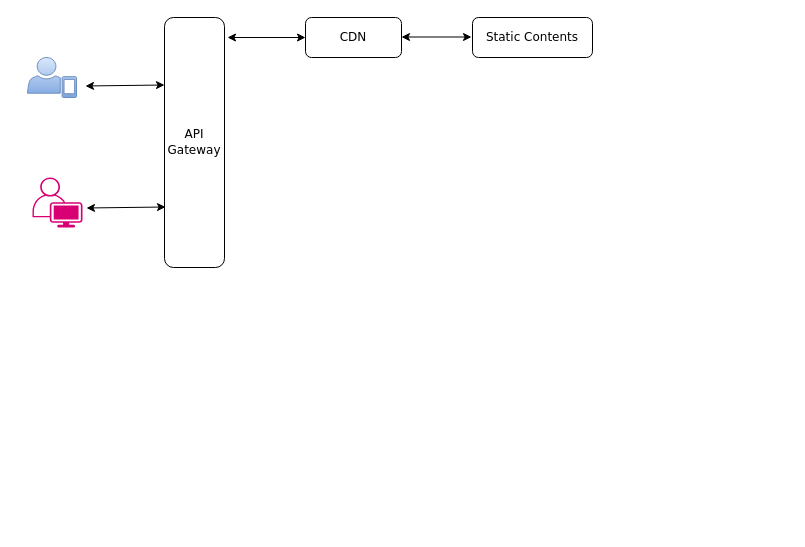
Earlier version of the draw.io diagram FlightSearch.drawio (PramodNegi/problem-solving-techniques). Source tidied: cells renumbered, new cells numbered last; positions are measured from the earlier drawing's top-left corner, leaving out a move shared by most shapes. Both pictures are drawn from the tidied source at 100%, with x=0, y=0 at pixel (27, 17).
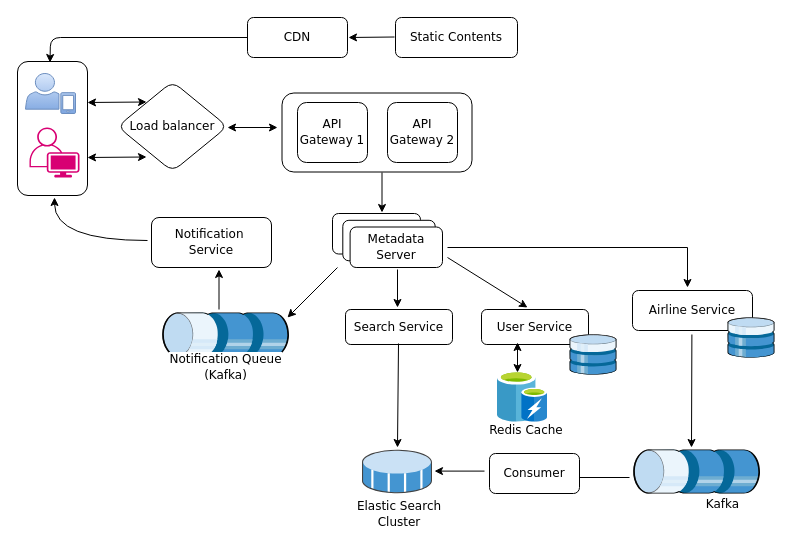
Above is the later version.

Change to the diagram source:
```diff
@@
+    <mxCell id="11" style="rounded=1;whiteSpace=wrap;html=1;hachureGap=4;strokeColor=default;align=center;verticalAlign=middle;fontFamily=Architects Daughter;fontSize=12;fontColor=default;labelBackgroundColor=default;fillColor=default;" parent="1" vertex="1">
+      <mxGeometry x="-10" y="44" width="70" height="134" as="geometry" />
+    </mxCell>
     <mxCell id="2" style="verticalLabelPosition=bottom;sketch=0;html=1;verticalAlign=top;align=center;shape=mxgraph.cisco19.user;fillColor=#d80073;strokeColor=#A50040;hachureGap=4;jiggle=2;curveFitting=1;fontFamily=Architects Daughter;fontColor=#ffffff;" parent="1" vertex="1">
-      <mxGeometry x="5" y="160" width="50" height="50" as="geometry" />
+      <mxGeometry x="2" y="110" width="50" height="50" as="geometry" />
     </mxCell>
     <mxCell id="3" style="sketch=0;shadow=0;dashed=0;html=1;strokeColor=#6c8ebf;fillColor=#dae8fc;labelPosition=center;verticalLabelPosition=bottom;verticalAlign=top;align=center;shape=mxgraph.office.users.mobile_user;hachureGap=4;jiggle=2;curveFitting=1;fontFamily=Architects Daughter;fillStyle=solid;gradientColor=#7ea6e0;" parent="1" vertex="1">
-      <mxGeometry y="40" width="49" height="40" as="geometry" />
+      <mxGeometry x="-2" y="56" width="50" height="40" as="geometry" />
     </mxCell>
-    <mxCell id="4" value="&lt;font face=&quot;Verdana&quot;&gt;API Gateway&lt;/font&gt;" style="rounded=1;whiteSpace=wrap;html=1;hachureGap=4;fontFamily=Architects Daughter;" parent="1" vertex="1">
-      <mxGeometry x="137" width="60" height="250" as="geometry" />
-    </mxCell>
     <mxCell id="5" style="endArrow=classic;startArrow=classic;html=1;rounded=0;hachureGap=4;fontFamily=Architects Daughter;flowAnimation=1;entryX=-0.02;entryY=0.193;entryDx=0;entryDy=0;entryPerimeter=0;" parent="1" edge="1">
       <mxGeometry relative="1" as="geometry">
-        <mxPoint x="59" y="190.5" as="sourcePoint" />
-        <mxPoint x="138" y="189.5" as="targetPoint" />
+        <mxPoint x="60" y="140" as="sourcePoint" />
+        <mxPoint x="119" y="139.5" as="targetPoint" />
       </mxGeometry>
     </mxCell>
     <mxCell id="6" style="endArrow=classic;startArrow=classic;html=1;rounded=0;hachureGap=4;fontFamily=Architects Daughter;flowAnimation=1;entryX=-0.02;entryY=0.193;entryDx=0;entryDy=0;entryPerimeter=0;" parent="1" edge="1">
       <mxGeometry relative="1" as="geometry">
-        <mxPoint x="58" y="68.5" as="sourcePoint" />
-        <mxPoint x="137" y="67.5" as="targetPoint" />
+        <mxPoint x="60" y="85" as="sourcePoint" />
+        <mxPoint x="119" y="84.5" as="targetPoint" />
       </mxGeometry>
     </mxCell>
     <mxCell id="7" value="&lt;font face=&quot;Verdana&quot;&gt;CDN&lt;/font&gt;" style="rounded=1;whiteSpace=wrap;html=1;hachureGap=4;fontFamily=Architects Daughter;" parent="1" vertex="1">
-      <mxGeometry x="278" width="96" height="40" as="geometry" />
+      <mxGeometry x="220" width="100" height="40" as="geometry" />
     </mxCell>
-    <mxCell id="8" style="endArrow=classic;startArrow=classic;html=1;rounded=0;hachureGap=4;fontFamily=Architects Daughter;fontSize=12;fontColor=default;entryX=0;entryY=0.5;entryDx=0;entryDy=0;flowAnimation=1;" parent="1" edge="1" target="7">
-      <mxGeometry relative="1" as="geometry">
-        <mxPoint x="200" y="20" as="sourcePoint" />
-      </mxGeometry>
-    </mxCell>
     <mxCell id="9" value="&lt;font face=&quot;Verdana&quot;&gt;Static Contents&lt;/font&gt;" style="rounded=1;whiteSpace=wrap;html=1;hachureGap=4;strokeColor=default;align=center;verticalAlign=middle;fontFamily=Architects Daughter;fontSize=12;fontColor=default;labelBackgroundColor=default;fillColor=default;" parent="1" vertex="1">
-      <mxGeometry x="445" width="120" height="40" as="geometry" />
+      <mxGeometry x="368" width="122" height="40" as="geometry" />
     </mxCell>
-    <mxCell id="10" style="endArrow=classic;startArrow=classic;html=1;rounded=0;hachureGap=4;strokeColor=default;align=center;verticalAlign=middle;fontFamily=Architects Daughter;fontSize=12;fontColor=default;labelBackgroundColor=default;flowAnimation=1;" parent="1" edge="1">
+    <mxCell id="10" style="endArrow=none;startArrow=classic;html=1;rounded=0;hachureGap=4;strokeColor=default;align=center;verticalAlign=middle;fontFamily=Architects Daughter;fontSize=12;fontColor=default;labelBackgroundColor=default;flowAnimation=1;endFill=0;" parent="1" edge="1">
       <mxGeometry relative="1" as="geometry">
-        <mxPoint x="374" y="19.5" as="sourcePoint" />
-        <mxPoint x="444" y="19.5" as="targetPoint" />
+        <mxPoint x="321" y="20" as="sourcePoint" />
+        <mxPoint x="367" y="19.5" as="targetPoint" />
       </mxGeometry>
     </mxCell>
+    <mxCell id="12" style="endArrow=classic;startArrow=classic;html=1;rounded=0;hachureGap=4;strokeColor=default;align=center;verticalAlign=middle;fontFamily=Architects Daughter;fontSize=12;fontColor=default;labelBackgroundColor=default;flowAnimation=1;" parent="1" edge="1">
+      <mxGeometry relative="1" as="geometry">
+        <mxPoint x="200" y="110" as="sourcePoint" />
+        <mxPoint x="250" y="110" as="targetPoint" />
+      </mxGeometry>
+    </mxCell>
+    <mxCell id="13" value="&lt;font face=&quot;Verdana&quot;&gt;Load balancer&lt;/font&gt;" style="rhombus;whiteSpace=wrap;html=1;rounded=1;hachureGap=4;strokeColor=default;align=center;verticalAlign=middle;fontFamily=Architects Daughter;fontSize=12;fontColor=default;labelBackgroundColor=default;fillColor=default;" parent="1" vertex="1">
+      <mxGeometry x="90" y="64" width="110" height="90" as="geometry" />
+    </mxCell>
+    <mxCell id="4" style="rounded=1;whiteSpace=wrap;html=1;hachureGap=4;fontFamily=Architects Daughter;rotation=90;" parent="1" vertex="1">
+      <mxGeometry x="310" y="20" width="79" height="190" as="geometry" />
+    </mxCell>
+    <mxCell id="14" value="&lt;font face=&quot;Verdana&quot;&gt;API Gateway 1&lt;/font&gt;" style="rounded=1;whiteSpace=wrap;html=1;hachureGap=4;strokeColor=default;align=center;verticalAlign=middle;fontFamily=Architects Daughter;fontSize=12;fontColor=default;labelBackgroundColor=default;fillColor=default;" parent="1" vertex="1">
+      <mxGeometry x="270" y="85" width="70" height="60" as="geometry" />
+    </mxCell>
+    <mxCell id="15" value="&lt;font face=&quot;Verdana&quot;&gt;API Gateway 2&lt;/font&gt;" style="rounded=1;whiteSpace=wrap;html=1;hachureGap=4;strokeColor=default;align=center;verticalAlign=middle;fontFamily=Architects Daughter;fontSize=12;fontColor=default;labelBackgroundColor=default;fillColor=default;" parent="1" vertex="1">
+      <mxGeometry x="360" y="85" width="70" height="60" as="geometry" />
+    </mxCell>
+    <mxCell id="16" style="endArrow=classic;html=1;rounded=1;hachureGap=4;strokeColor=default;align=center;verticalAlign=middle;fontFamily=Architects Daughter;fontSize=12;fontColor=default;labelBackgroundColor=default;flowAnimation=1;curved=0;" parent="1" edge="1">
+      <mxGeometry relative="1" as="geometry">
+        <mxPoint x="220" y="20" as="sourcePoint" />
+        <mxPoint x="22.5" y="45" as="targetPoint" />
+        <Array as="points">
+          <mxPoint x="23" y="20" />
+        </Array>
+      </mxGeometry>
+    </mxCell>
+    <mxCell id="17" style="group;" parent="1" vertex="1">
+      <mxGeometry x="305" y="196" width="110" height="54" as="geometry" />
+    </mxCell>
+    <mxCell id="18" style="rounded=1;whiteSpace=wrap;html=1;hachureGap=4;strokeColor=default;align=center;verticalAlign=middle;fontFamily=Architects Daughter;fontSize=12;fontColor=default;labelBackgroundColor=default;fillColor=default;" parent="17" vertex="1">
+      <mxGeometry width="88" height="40.5" as="geometry" />
+    </mxCell>
+    <mxCell id="19" style="rounded=1;whiteSpace=wrap;html=1;hachureGap=4;strokeColor=default;align=center;verticalAlign=middle;fontFamily=Architects Daughter;fontSize=12;fontColor=default;labelBackgroundColor=default;fillColor=default;" parent="17" vertex="1">
+      <mxGeometry x="10.3" y="6.8" width="92.4" height="40.5" as="geometry" />
+    </mxCell>
+    <mxCell id="20" value="&lt;font face=&quot;Verdana&quot;&gt;Metadata Server&lt;/font&gt;" style="rounded=1;whiteSpace=wrap;html=1;hachureGap=4;strokeColor=default;align=center;verticalAlign=middle;fontFamily=Architects Daughter;fontSize=12;fontColor=default;labelBackgroundColor=default;fillColor=default;" parent="17" vertex="1">
+      <mxGeometry x="17.6" y="13.5" width="92.4" height="40.5" as="geometry" />
+    </mxCell>
+    <mxCell id="21" style="endArrow=classic;html=1;rounded=0;hachureGap=4;strokeColor=default;align=center;verticalAlign=middle;fontFamily=Architects Daughter;fontSize=12;fontColor=default;labelBackgroundColor=default;flowAnimation=1;" parent="1" edge="1">
+      <mxGeometry relative="1" as="geometry">
+        <mxPoint x="354.5" y="155" as="sourcePoint" />
+        <mxPoint x="354.5" y="195" as="targetPoint" />
+      </mxGeometry>
+    </mxCell>
+    <mxCell id="22" style="group;" parent="1" vertex="1">
+      <mxGeometry x="133" y="295" width="130" height="80" as="geometry" />
+    </mxCell>
+    <mxCell id="23" style="shadow=0;dashed=0;html=1;labelPosition=center;verticalLabelPosition=bottom;verticalAlign=top;align=center;shape=mxgraph.veeam.3d.medium_datastore;rounded=1;hachureGap=4;strokeColor=default;fontFamily=Architects Daughter;fontSize=12;labelBackgroundColor=default;fillColor=#0000CC;rotation=-90;" parent="22" vertex="1">
+      <mxGeometry x="43" y="-41.5" width="44" height="127" as="geometry" />
+    </mxCell>
+    <mxCell id="24" value="&lt;font face=&quot;Verdana&quot;&gt;Notification Queue&lt;br&gt;(Kafka)&lt;/font&gt;" style="text;html=1;align=center;verticalAlign=middle;strokeColor=none;fillColor=none;fontFamily=Architects Daughter;fontSize=12;fontColor=default;labelBackgroundColor=default;" parent="22" vertex="1">
+      <mxGeometry y="30" width="130" height="50" as="geometry" />
+    </mxCell>
+    <mxCell id="25" value="&lt;font face=&quot;Verdana&quot;&gt;Notification&amp;nbsp;&lt;/font&gt;&lt;div&gt;&lt;font face=&quot;Verdana&quot;&gt;Service&lt;/font&gt;&lt;/div&gt;" style="rounded=1;whiteSpace=wrap;html=1;hachureGap=4;strokeColor=default;align=center;verticalAlign=middle;fontFamily=Architects Daughter;fontSize=12;fontColor=default;labelBackgroundColor=default;fillColor=default;" parent="1" vertex="1">
+      <mxGeometry x="124" y="200" width="120" height="50" as="geometry" />
+    </mxCell>
+    <mxCell id="26" style="endArrow=classic;html=1;rounded=0;hachureGap=4;strokeColor=default;align=center;verticalAlign=middle;fontFamily=Architects Daughter;fontSize=12;fontColor=default;labelBackgroundColor=default;flowAnimation=1;" parent="1" edge="1">
+      <mxGeometry relative="1" as="geometry">
+        <mxPoint x="310" y="250" as="sourcePoint" />
+        <mxPoint x="260" y="300" as="targetPoint" />
+      </mxGeometry>
+    </mxCell>
+    <mxCell id="27" style="endArrow=classic;html=1;rounded=0;hachureGap=4;strokeColor=default;align=center;verticalAlign=middle;fontFamily=Architects Daughter;fontSize=12;fontColor=default;labelBackgroundColor=default;flowAnimation=1;" parent="1" edge="1">
+      <mxGeometry relative="1" as="geometry">
+        <mxPoint x="191.5" y="292" as="sourcePoint" />
+        <mxPoint x="191.5" y="252" as="targetPoint" />
+      </mxGeometry>
+    </mxCell>
+    <mxCell id="28" style="endArrow=classic;html=1;rounded=0;hachureGap=4;strokeColor=default;align=center;verticalAlign=middle;fontFamily=Architects Daughter;fontSize=12;fontColor=default;labelBackgroundColor=default;flowAnimation=1;curved=1;" parent="1" edge="1">
+      <mxGeometry relative="1" as="geometry">
+        <mxPoint x="120" y="223" as="sourcePoint" />
+        <mxPoint x="27" y="180" as="targetPoint" />
+        <Array as="points">
+          <mxPoint x="27" y="223" />
+        </Array>
+      </mxGeometry>
+    </mxCell>
+    <mxCell id="29" style="endArrow=classic;html=1;rounded=0;hachureGap=4;strokeColor=default;align=center;verticalAlign=middle;fontFamily=Architects Daughter;fontSize=12;fontColor=default;labelBackgroundColor=default;flowAnimation=1;" parent="1" edge="1">
+      <mxGeometry relative="1" as="geometry">
+        <mxPoint x="370" y="252" as="sourcePoint" />
+        <mxPoint x="370" y="290" as="targetPoint" />
+      </mxGeometry>
+    </mxCell>
+    <mxCell id="30" value="&lt;font face=&quot;Verdana&quot;&gt;Search Service&lt;/font&gt;" style="rounded=1;whiteSpace=wrap;html=1;hachureGap=4;strokeColor=default;align=center;verticalAlign=middle;fontFamily=Architects Daughter;fontSize=12;fontColor=default;labelBackgroundColor=default;fillColor=default;" parent="1" vertex="1">
+      <mxGeometry x="318" y="292" width="107" height="35" as="geometry" />
+    </mxCell>
+    <mxCell id="31" style="group;" parent="1" vertex="1">
+      <mxGeometry x="327" y="432" width="90" height="80" as="geometry" />
+    </mxCell>
+    <mxCell id="32" style="shadow=0;dashed=0;html=1;labelPosition=center;verticalLabelPosition=bottom;verticalAlign=top;align=center;shape=mxgraph.veeam.3d.datastore_volume;rounded=1;hachureGap=4;strokeColor=default;fontFamily=Architects Daughter;fontSize=12;fontColor=default;labelBackgroundColor=default;fillColor=default;" parent="31" vertex="1">
+      <mxGeometry x="7.5" width="70" height="44" as="geometry" />
+    </mxCell>
+    <mxCell id="33" value="&lt;font face=&quot;Verdana&quot;&gt;Elastic Search Cluster&lt;/font&gt;" style="text;html=1;align=center;verticalAlign=middle;whiteSpace=wrap;rounded=0;fontFamily=Architects Daughter;fontSize=12;fontColor=default;labelBackgroundColor=default;" parent="31" vertex="1">
+      <mxGeometry y="50" width="90" height="30" as="geometry" />
+    </mxCell>
+    <mxCell id="34" style="endArrow=classic;html=1;rounded=0;hachureGap=4;strokeColor=default;align=center;verticalAlign=middle;fontFamily=Architects Daughter;fontSize=12;fontColor=default;labelBackgroundColor=default;flowAnimation=1;" parent="1" edge="1">
+      <mxGeometry relative="1" as="geometry">
+        <mxPoint x="371" y="326" as="sourcePoint" />
+        <mxPoint x="370" y="430" as="targetPoint" />
+      </mxGeometry>
+    </mxCell>
+    <mxCell id="35" style="group;" parent="1" vertex="1">
+      <mxGeometry x="630" y="356" width="130" height="70" as="geometry" />
+    </mxCell>
+    <mxCell id="36" style="shadow=0;dashed=0;html=1;labelPosition=center;verticalLabelPosition=bottom;verticalAlign=top;align=center;shape=mxgraph.veeam.3d.medium_datastore;rounded=1;hachureGap=4;strokeColor=default;fontFamily=Architects Daughter;fontSize=12;labelBackgroundColor=default;fillColor=#0000CC;rotation=-90;" parent="35" vertex="1">
+      <mxGeometry x="17" y="34.5" width="44" height="127" as="geometry" />
+    </mxCell>
+    <mxCell id="37" value="&lt;font face=&quot;Verdana&quot;&gt;Kafka&lt;/font&gt;" style="text;html=1;align=center;verticalAlign=middle;strokeColor=none;fillColor=none;fontFamily=Architects Daughter;fontSize=12;fontColor=default;labelBackgroundColor=default;" parent="35" vertex="1">
+      <mxGeometry x="35" y="116" width="60" height="30" as="geometry" />
+    </mxCell>
+    <mxCell id="38" value="&lt;font face=&quot;Verdana&quot;&gt;Consumer&lt;/font&gt;" style="rounded=1;whiteSpace=wrap;html=1;hachureGap=4;strokeColor=default;align=center;verticalAlign=middle;fontFamily=Architects Daughter;fontSize=12;fontColor=default;labelBackgroundColor=default;fillColor=default;" parent="1" vertex="1">
+      <mxGeometry x="462" y="436" width="90" height="40" as="geometry" />
+    </mxCell>
+    <mxCell id="39" style="endArrow=classic;html=1;rounded=0;hachureGap=4;strokeColor=default;align=center;verticalAlign=middle;fontFamily=Architects Daughter;fontSize=12;fontColor=default;labelBackgroundColor=default;flowAnimation=1;" parent="1" edge="1">
+      <mxGeometry relative="1" as="geometry">
+        <mxPoint x="457" y="453.6" as="sourcePoint" />
+        <mxPoint x="407" y="453.6" as="targetPoint" />
+      </mxGeometry>
+    </mxCell>
+    <mxCell id="40" style="endArrow=none;html=1;rounded=0;hachureGap=4;strokeColor=default;align=center;verticalAlign=middle;fontFamily=Architects Daughter;fontSize=12;fontColor=default;labelBackgroundColor=default;flowAnimation=1;" parent="1" edge="1">
+      <mxGeometry relative="1" as="geometry">
+        <mxPoint x="552" y="460" as="sourcePoint" />
+        <mxPoint x="602" y="460" as="targetPoint" />
+      </mxGeometry>
+    </mxCell>
+    <mxCell id="41" value="&lt;font face=&quot;Verdana&quot;&gt;Airline Service&lt;/font&gt;" style="rounded=1;whiteSpace=wrap;html=1;hachureGap=4;strokeColor=default;align=center;verticalAlign=middle;fontFamily=Architects Daughter;fontSize=12;fontColor=default;labelBackgroundColor=default;fillColor=default;" parent="1" vertex="1">
+      <mxGeometry x="605" y="273" width="120" height="40" as="geometry" />
+    </mxCell>
+    <mxCell id="42" style="endArrow=classic;html=1;rounded=0;hachureGap=4;strokeColor=default;align=center;verticalAlign=middle;fontFamily=Architects Daughter;fontSize=12;fontColor=default;labelBackgroundColor=default;flowAnimation=1;" parent="1" edge="1">
+      <mxGeometry relative="1" as="geometry">
+        <mxPoint x="664.4" y="317" as="sourcePoint" />
+        <mxPoint x="664" y="430" as="targetPoint" />
+      </mxGeometry>
+    </mxCell>
+    <mxCell id="43" value="&lt;font face=&quot;Verdana&quot;&gt;User Service&lt;/font&gt;" style="rounded=1;whiteSpace=wrap;html=1;hachureGap=4;strokeColor=default;align=center;verticalAlign=middle;fontFamily=Architects Daughter;fontSize=12;fontColor=default;labelBackgroundColor=default;fillColor=default;" parent="1" vertex="1">
+      <mxGeometry x="454" y="292" width="107" height="35" as="geometry" />
+    </mxCell>
+    <mxCell id="44" style="endArrow=classic;html=1;rounded=0;hachureGap=4;strokeColor=default;align=center;verticalAlign=middle;fontFamily=Architects Daughter;fontSize=12;fontColor=default;labelBackgroundColor=default;flowAnimation=1;" parent="1" edge="1">
+      <mxGeometry relative="1" as="geometry">
+        <mxPoint x="420" y="240" as="sourcePoint" />
+        <mxPoint x="500" y="290" as="targetPoint" />
+      </mxGeometry>
+    </mxCell>
+    <mxCell id="45" style="shadow=0;dashed=0;html=1;labelPosition=center;verticalLabelPosition=bottom;verticalAlign=top;align=center;shape=mxgraph.veeam.3d.medium_datastore;rounded=1;hachureGap=4;strokeColor=default;fontFamily=Architects Daughter;fontSize=12;fontColor=default;labelBackgroundColor=default;fillColor=default;" parent="1" vertex="1">
+      <mxGeometry x="542" y="317" width="47" height="40" as="geometry" />
+    </mxCell>
+    <mxCell id="46" style="shadow=0;dashed=0;html=1;labelPosition=center;verticalLabelPosition=bottom;verticalAlign=top;align=center;shape=mxgraph.veeam.3d.medium_datastore;rounded=1;hachureGap=4;strokeColor=default;fontFamily=Architects Daughter;fontSize=12;fontColor=default;labelBackgroundColor=default;fillColor=default;" parent="1" vertex="1">
+      <mxGeometry x="700" y="300" width="47" height="40" as="geometry" />
+    </mxCell>
+    <mxCell id="47" style="endArrow=classic;html=1;rounded=0;hachureGap=4;strokeColor=default;align=center;verticalAlign=middle;fontFamily=Architects Daughter;fontSize=12;fontColor=default;labelBackgroundColor=default;flowAnimation=1;" parent="1" edge="1">
+      <mxGeometry relative="1" as="geometry">
+        <mxPoint x="420" y="230" as="sourcePoint" />
+        <mxPoint x="660" y="270" as="targetPoint" />
+        <Array as="points">
+          <mxPoint x="660" y="230" />
+        </Array>
+      </mxGeometry>
+    </mxCell>
+    <mxCell id="48" style="group;" parent="1" vertex="1">
+      <mxGeometry x="454" y="355" width="90" height="68" as="geometry" />
+    </mxCell>
+    <mxCell id="49" style="image;sketch=0;html=1;align=center;fontSize=12;image=img/lib/mscae/Cache_including_Redis.svg;rounded=1;hachureGap=4;strokeColor=default;verticalAlign=middle;fontFamily=Architects Daughter;fontColor=default;labelBackgroundColor=default;fillColor=default;" parent="48" vertex="1">
+      <mxGeometry x="16" width="50" height="50" as="geometry" />
+    </mxCell>
+    <mxCell id="50" value="&lt;font face=&quot;Verdana&quot;&gt;Redis Cache&lt;/font&gt;" style="text;html=1;align=center;verticalAlign=middle;whiteSpace=wrap;rounded=0;fontFamily=Architects Daughter;fontSize=12;fontColor=default;labelBackgroundColor=default;" parent="48" vertex="1">
+      <mxGeometry y="48" width="90" height="20" as="geometry" />
+    </mxCell>
+    <mxCell id="51" style="endArrow=classic;startArrow=classic;html=1;rounded=0;hachureGap=4;strokeColor=default;align=center;verticalAlign=middle;fontFamily=Architects Daughter;fontSize=12;fontColor=default;labelBackgroundColor=default;flowAnimation=1;" parent="1" edge="1">
+      <mxGeometry relative="1" as="geometry">
+        <mxPoint x="490" y="355" as="sourcePoint" />
+        <mxPoint x="490" y="325" as="targetPoint" />
+      </mxGeometry>
+    </mxCell>
```
